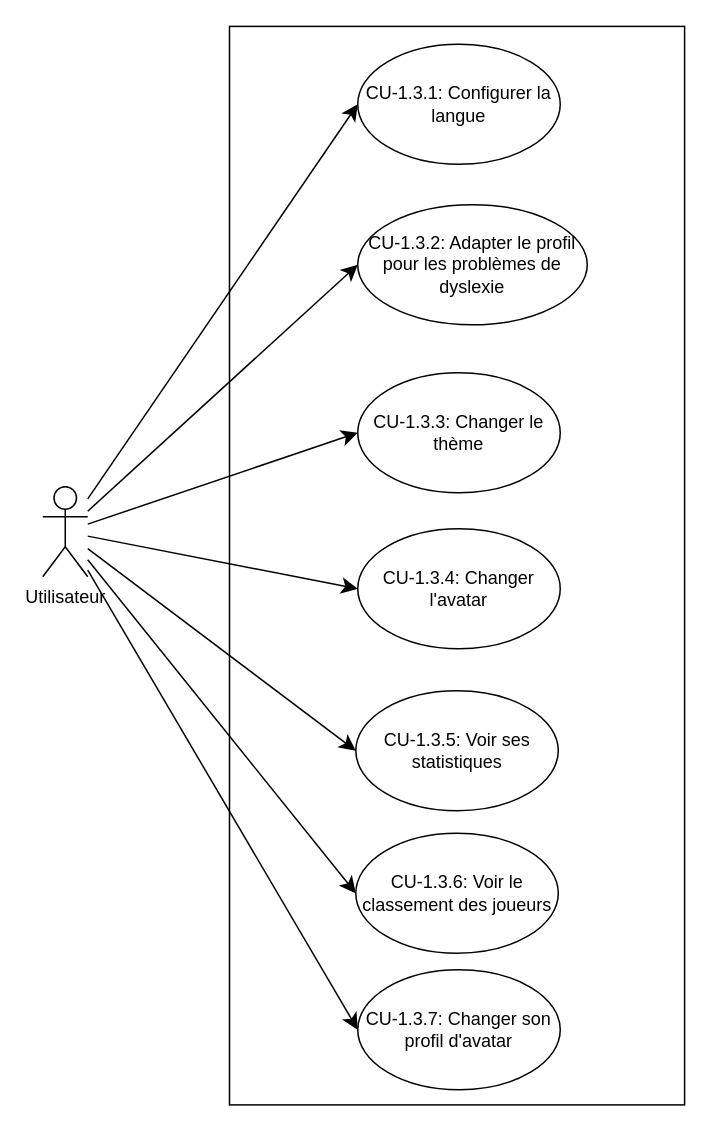
Before: page "Page-3" (3 of 5) of Diagramme sans nom.drawio in Andreea-Maria1/uml-projet3, a draw.io diagram. Source tidied: cells renumbered, new cells numbered last; positions are measured from the earlier drawing's top-left corner, leaving out a move shared by most shapes. Both pictures are drawn from the tidied source at 150%, with x=0, y=0 at pixel (-82, 44).
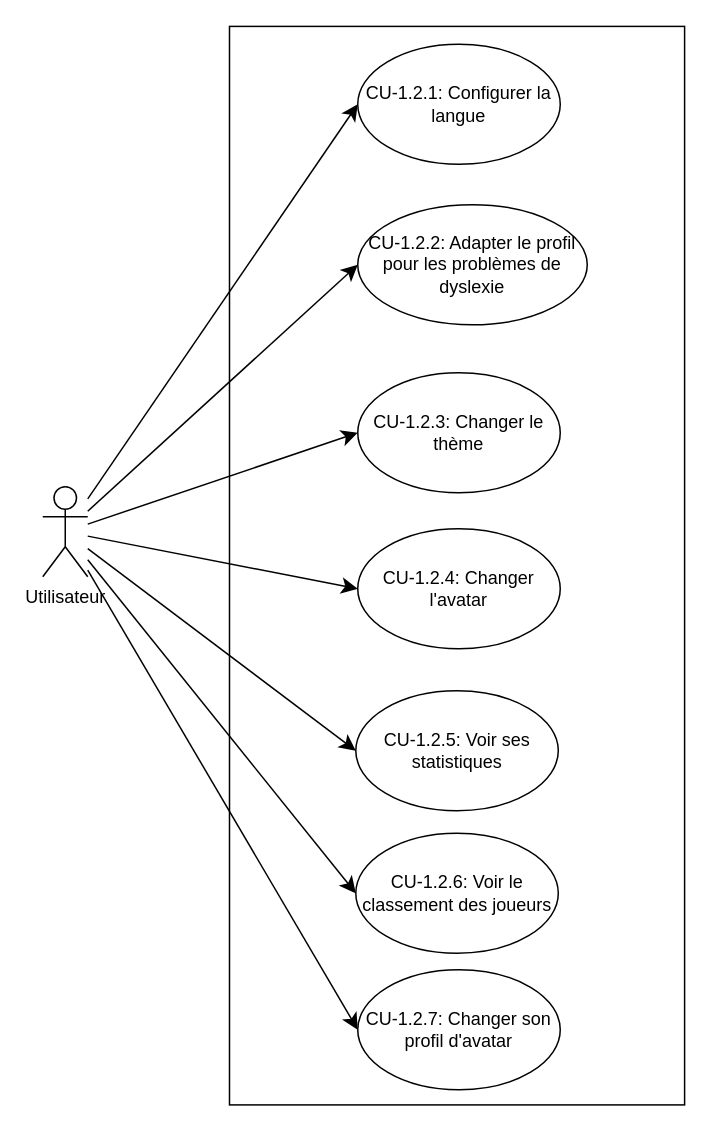
Above is the later version.

Commit message:
PERSO DE COMPTE

Diff of the diagram source:
```diff
@@
 <mxGraphModel>
   <root>
     <mxCell id="0" />
     <mxCell id="1" parent="0" />
     <mxCell id="2" style="rounded=0;whiteSpace=wrap;html=1;rotation=90;" parent="1" vertex="1">
       <mxGeometry x="-0.3" y="195.9" width="719" height="303.4" as="geometry" />
     </mxCell>
     <mxCell id="3" style="edgeStyle=none;curved=1;rounded=0;jettySize=auto;html=1;entryX=0;entryY=0.5;entryDx=0;entryDy=0;fontSize=12;startSize=8;endSize=8;" parent="1" edge="1" source="10" target="12">
       <mxGeometry relative="1" as="geometry">
         <Array as="points">
           <mxPoint x="293" y="147" />
         </Array>
       </mxGeometry>
     </mxCell>
     <mxCell id="4" style="edgeStyle=none;curved=1;rounded=0;jettySize=auto;html=1;entryX=0;entryY=0.5;entryDx=0;entryDy=0;fontSize=12;startSize=8;endSize=8;" parent="1" edge="1" source="10" target="11">
       <mxGeometry relative="1" as="geometry" />
     </mxCell>
     <mxCell id="5" style="edgeStyle=none;curved=1;rounded=0;jettySize=auto;html=1;entryX=0;entryY=0.5;entryDx=0;entryDy=0;fontSize=12;startSize=8;endSize=8;" parent="1" edge="1" source="10" target="13">
       <mxGeometry relative="1" as="geometry" />
     </mxCell>
     <mxCell id="6" style="edgeStyle=none;curved=1;rounded=0;jettySize=auto;html=1;entryX=0;entryY=0.5;entryDx=0;entryDy=0;fontSize=12;startSize=8;endSize=8;" parent="1" edge="1" source="10" target="14">
       <mxGeometry relative="1" as="geometry" />
     </mxCell>
     <mxCell id="7" style="edgeStyle=none;curved=1;rounded=0;jettySize=auto;html=1;entryX=0;entryY=0.5;entryDx=0;entryDy=0;fontSize=12;startSize=8;endSize=8;" parent="1" edge="1" source="10" target="15">
       <mxGeometry relative="1" as="geometry" />
     </mxCell>
     <mxCell id="8" style="edgeStyle=none;curved=1;rounded=0;jettySize=auto;html=1;entryX=0;entryY=0.5;entryDx=0;entryDy=0;fontSize=12;startSize=8;endSize=8;" parent="1" edge="1" source="10" target="16">
       <mxGeometry relative="1" as="geometry" />
     </mxCell>
     <mxCell id="9" style="edgeStyle=none;curved=1;rounded=0;jettySize=auto;html=1;entryX=0;entryY=0.5;entryDx=0;entryDy=0;fontSize=12;startSize=8;endSize=8;" parent="1" edge="1" source="10" target="17">
       <mxGeometry relative="1" as="geometry" />
     </mxCell>
     <mxCell id="10" value="Utilisateur" style="shape=umlActor;verticalLabelPosition=bottom;verticalAlign=top;html=1;outlineConnect=0;" parent="1" vertex="1">
       <mxGeometry x="83" y="295" width="30" height="60" as="geometry" />
     </mxCell>
-    <mxCell id="11" value="CU-1.3.1: Configurer la langue" style="ellipse;whiteSpace=wrap;html=1;" parent="1" vertex="1">
+    <mxCell id="11" value="CU-1.2.1: Configurer la langue" style="ellipse;whiteSpace=wrap;html=1;" parent="1" vertex="1">
       <mxGeometry x="293" width="135" height="80" as="geometry" />
     </mxCell>
-    <mxCell id="12" value="CU-1.3.2: Adapter le profil pour les problèmes de dyslexie" style="ellipse;whiteSpace=wrap;html=1;" parent="1" vertex="1">
+    <mxCell id="12" value="CU-1.2.2: Adapter le profil pour les problèmes de dyslexie" style="ellipse;whiteSpace=wrap;html=1;" parent="1" vertex="1">
       <mxGeometry x="293" y="107" width="153" height="80" as="geometry" />
     </mxCell>
-    <mxCell id="13" value="CU-1.3.3: Changer le thème" style="ellipse;whiteSpace=wrap;html=1;" parent="1" vertex="1">
+    <mxCell id="13" value="CU-1.2.3: Changer le thème" style="ellipse;whiteSpace=wrap;html=1;" parent="1" vertex="1">
       <mxGeometry x="293" y="219" width="135" height="80" as="geometry" />
     </mxCell>
-    <mxCell id="14" value="CU-1.3.4: Changer l'avatar" style="ellipse;whiteSpace=wrap;html=1;" parent="1" vertex="1">
+    <mxCell id="14" value="CU-1.2.4: Changer l'avatar" style="ellipse;whiteSpace=wrap;html=1;" parent="1" vertex="1">
       <mxGeometry x="293" y="323" width="135" height="80" as="geometry" />
     </mxCell>
-    <mxCell id="15" value="CU-1.3.5: Voir ses statistiques" style="ellipse;whiteSpace=wrap;html=1;" parent="1" vertex="1">
+    <mxCell id="15" value="CU-1.2.5: Voir ses statistiques" style="ellipse;whiteSpace=wrap;html=1;" parent="1" vertex="1">
       <mxGeometry x="291.7" y="431" width="135" height="80" as="geometry" />
     </mxCell>
-    <mxCell id="16" value="CU-1.3.6: Voir le classement des joueurs" style="ellipse;whiteSpace=wrap;html=1;" parent="1" vertex="1">
+    <mxCell id="16" value="CU-1.2.6: Voir le classement des joueurs" style="ellipse;whiteSpace=wrap;html=1;" parent="1" vertex="1">
       <mxGeometry x="291.7" y="526" width="135" height="80" as="geometry" />
     </mxCell>
-    <mxCell id="17" value="CU-1.3.7: Changer son profil d'avatar" style="ellipse;whiteSpace=wrap;html=1;" parent="1" vertex="1">
+    <mxCell id="17" value="CU-1.2.7: Changer son profil d'avatar" style="ellipse;whiteSpace=wrap;html=1;" parent="1" vertex="1">
       <mxGeometry x="293" y="617" width="135" height="80" as="geometry" />
     </mxCell>
   </root>
 </mxGraphModel>
```
